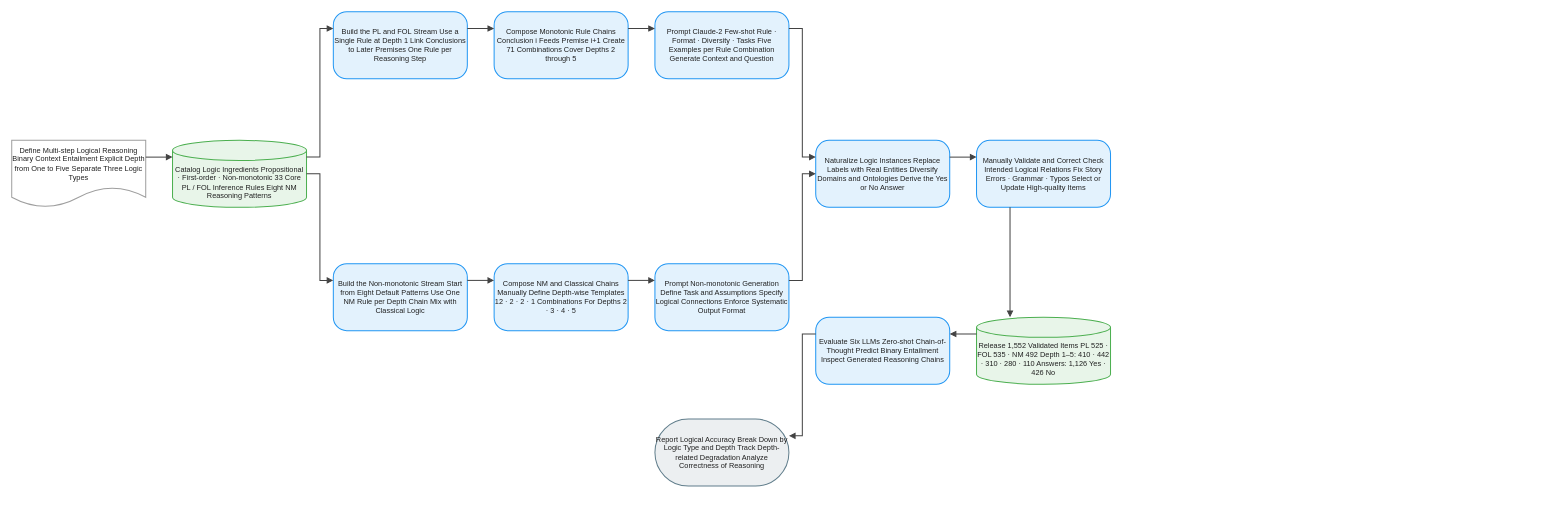
This is client/public/drawio/Multi-LogiEval/Multi-LogiEval.en.drawio from joe1chief/benchmark-hub, a draw.io file, before an edit. Source tidied: cells renumbered, new cells numbered last; positions are measured from the earlier drawing's top-left corner, leaving out a move shared by most shapes. Both pictures are drawn from the tidied source at 67%, with x=0, y=0 at pixel (11, 11).
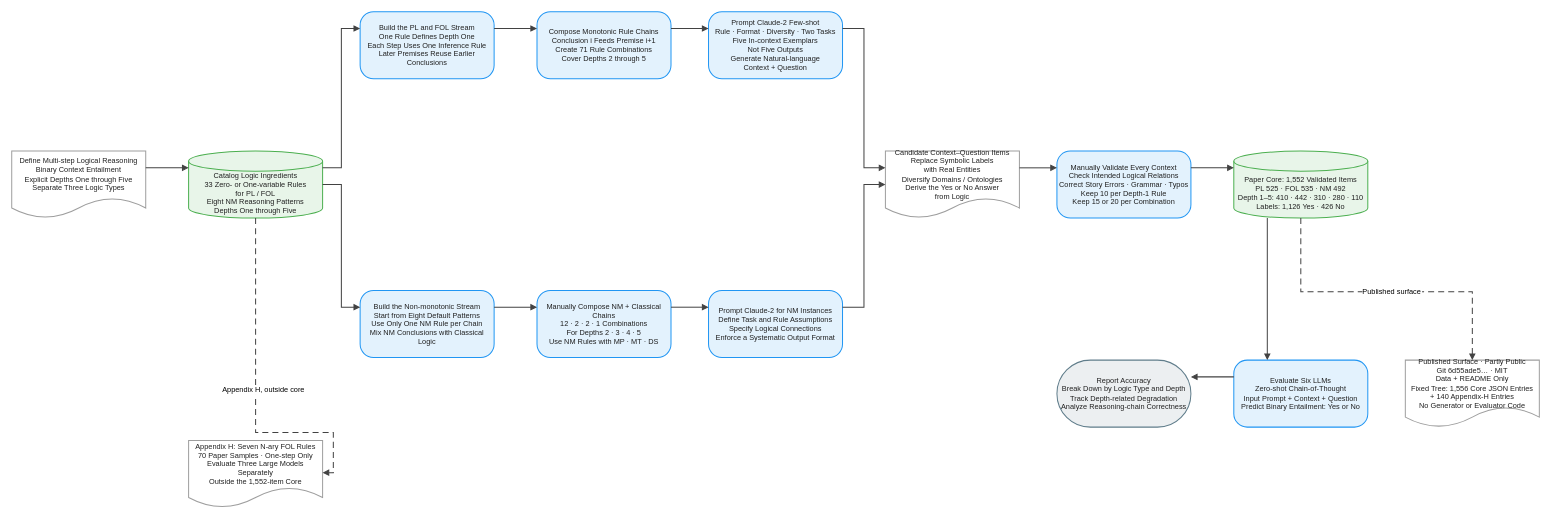
The same page after the edit.

Diff of the diagram source:
```diff
@@
-    <mxCell id="2" value="Define Multi-step Logical Reasoning Binary Context Entailment Explicit Depth from One to Five Separate Three Logic Types" style="shape=document;boundedLbl=1;html=1;whiteSpace=wrap;fillColor=#FFFFFF;strokeColor=#9E9E9E;strokeWidth=1.5;fontColor=#212121;fontSize=11;fontFamily=Arial, Helvetica, sans-serif;verticalAlign=middle;align=center;" parent="1" vertex="1">
-      <mxGeometry y="192" width="200" height="100" as="geometry" />
+    <mxCell id="2" value="Define Multi-step Logical Reasoning&#10;Binary Context Entailment&#10;Explicit Depths One through Five&#10;Separate Three Logic Types" style="shape=document;boundedLbl=1;html=0;convertToSvg=1;whiteSpace=wrap;fillColor=#FFFFFF;strokeColor=#9E9E9E;strokeWidth=1.5;fontColor=#212121;fontSize=11;fontFamily=Arial, Helvetica, sans-serif;verticalAlign=middle;align=center;" parent="1" vertex="1">
+      <mxGeometry y="208" width="200" height="100" as="geometry" />
     </mxCell>
-    <mxCell id="3" value="Catalog Logic Ingredients Propositional · First-order · Non-monotonic 33 Core PL / FOL Inference Rules Eight NM Reasoning Patterns" style="shape=cylinder3;boundedLbl=1;backgroundOutline=1;size=15;html=1;whiteSpace=wrap;fillColor=#E8F5E9;strokeColor=#4CAF50;strokeWidth=1.5;fontColor=#212121;fontSize=11;fontFamily=Arial, Helvetica, sans-serif;verticalAlign=middle;align=center;" parent="1" vertex="1">
-      <mxGeometry x="240" y="192" width="200" height="100" as="geometry" />
+    <mxCell id="3" value="Catalog Logic Ingredients&#10;33 Zero- or One-variable Rules&#10;for PL / FOL&#10;Eight NM Reasoning Patterns&#10;Depths One through Five" style="shape=cylinder3;boundedLbl=1;backgroundOutline=1;size=15;html=0;convertToSvg=1;whiteSpace=wrap;fillColor=#E8F5E9;strokeColor=#4CAF50;strokeWidth=1.5;fontColor=#212121;fontSize=11;fontFamily=Arial, Helvetica, sans-serif;verticalAlign=middle;align=center;" parent="1" vertex="1">
+      <mxGeometry x="264" y="208" width="200" height="100" as="geometry" />
     </mxCell>
-    <mxCell id="4" value="Build the PL and FOL Stream Use a Single Rule at Depth 1 Link Conclusions to Later Premises One Rule per Reasoning Step" style="rounded=1;arcSize=20;html=1;whiteSpace=wrap;fillColor=#E3F2FD;strokeColor=#2196F3;strokeWidth=1.5;fontColor=#212121;fontSize=11;fontFamily=Arial, Helvetica, sans-serif;verticalAlign=middle;align=center;" parent="1" vertex="1">
-      <mxGeometry x="480" width="200" height="100" as="geometry" />
+    <mxCell id="4" value="Build the PL and FOL Stream&#10;One Rule Defines Depth One&#10;Each Step Uses One Inference Rule&#10;Later Premises Reuse Earlier Conclusions" style="rounded=1;arcSize=20;html=0;convertToSvg=1;whiteSpace=wrap;fillColor=#E3F2FD;strokeColor=#2196F3;strokeWidth=1.5;fontColor=#212121;fontSize=11;fontFamily=Arial, Helvetica, sans-serif;verticalAlign=middle;align=center;" parent="1" vertex="1">
+      <mxGeometry x="520" width="200" height="100" as="geometry" />
     </mxCell>
-    <mxCell id="5" value="Build the Non-monotonic Stream Start from Eight Default Patterns Use One NM Rule per Depth Chain Mix with Classical Logic" style="rounded=1;arcSize=20;html=1;whiteSpace=wrap;fillColor=#E3F2FD;strokeColor=#2196F3;strokeWidth=1.5;fontColor=#212121;fontSize=11;fontFamily=Arial, Helvetica, sans-serif;verticalAlign=middle;align=center;" parent="1" vertex="1">
-      <mxGeometry x="480" y="376" width="200" height="100" as="geometry" />
+    <mxCell id="5" value="Build the Non-monotonic Stream&#10;Start from Eight Default Patterns&#10;Use Only One NM Rule per Chain&#10;Mix NM Conclusions with Classical Logic" style="rounded=1;arcSize=20;html=0;convertToSvg=1;whiteSpace=wrap;fillColor=#E3F2FD;strokeColor=#2196F3;strokeWidth=1.5;fontColor=#212121;fontSize=11;fontFamily=Arial, Helvetica, sans-serif;verticalAlign=middle;align=center;" parent="1" vertex="1">
+      <mxGeometry x="520" y="416" width="200" height="100" as="geometry" />
     </mxCell>
-    <mxCell id="6" value="Compose Monotonic Rule Chains Conclusion i Feeds Premise i+1 Create 71 Combinations Cover Depths 2 through 5" style="rounded=1;arcSize=20;html=1;whiteSpace=wrap;fillColor=#E3F2FD;strokeColor=#2196F3;strokeWidth=1.5;fontColor=#212121;fontSize=11;fontFamily=Arial, Helvetica, sans-serif;verticalAlign=middle;align=center;" parent="1" vertex="1">
-      <mxGeometry x="720" width="200" height="100" as="geometry" />
+    <mxCell id="6" value="Compose Monotonic Rule Chains&#10;Conclusion i Feeds Premise i+1&#10;Create 71 Rule Combinations&#10;Cover Depths 2 through 5" style="rounded=1;arcSize=20;html=0;convertToSvg=1;whiteSpace=wrap;fillColor=#E3F2FD;strokeColor=#2196F3;strokeWidth=1.5;fontColor=#212121;fontSize=11;fontFamily=Arial, Helvetica, sans-serif;verticalAlign=middle;align=center;" parent="1" vertex="1">
+      <mxGeometry x="784" width="200" height="100" as="geometry" />
     </mxCell>
-    <mxCell id="7" value="Compose NM and Classical Chains Manually Define Depth-wise Templates 12 · 2 · 2 · 1 Combinations For Depths 2 · 3 · 4 · 5" style="rounded=1;arcSize=20;html=1;whiteSpace=wrap;fillColor=#E3F2FD;strokeColor=#2196F3;strokeWidth=1.5;fontColor=#212121;fontSize=11;fontFamily=Arial, Helvetica, sans-serif;verticalAlign=middle;align=center;" parent="1" vertex="1">
-      <mxGeometry x="720" y="376" width="200" height="100" as="geometry" />
+    <mxCell id="7" value="Manually Compose NM + Classical Chains&#10;12 · 2 · 2 · 1 Combinations&#10;For Depths 2 · 3 · 4 · 5&#10;Use NM Rules with MP · MT · DS" style="rounded=1;arcSize=20;html=0;convertToSvg=1;whiteSpace=wrap;fillColor=#E3F2FD;strokeColor=#2196F3;strokeWidth=1.5;fontColor=#212121;fontSize=11;fontFamily=Arial, Helvetica, sans-serif;verticalAlign=middle;align=center;" parent="1" vertex="1">
+      <mxGeometry x="784" y="416" width="200" height="100" as="geometry" />
     </mxCell>
-    <mxCell id="8" value="Prompt Claude-2 Few-shot Rule · Format · Diversity · Tasks Five Examples per Rule Combination Generate Context and Question" style="rounded=1;arcSize=20;html=1;whiteSpace=wrap;fillColor=#E3F2FD;strokeColor=#2196F3;strokeWidth=1.5;fontColor=#212121;fontSize=11;fontFamily=Arial, Helvetica, sans-serif;verticalAlign=middle;align=center;" parent="1" vertex="1">
-      <mxGeometry x="960" width="200" height="100" as="geometry" />
+    <mxCell id="8" value="Prompt Claude-2 Few-shot&#10;Rule · Format · Diversity · Two Tasks&#10;Five In-context Exemplars&#10;Not Five Outputs&#10;Generate Natural-language&#10;Context + Question" style="rounded=1;arcSize=20;html=0;convertToSvg=1;whiteSpace=wrap;fillColor=#E3F2FD;strokeColor=#2196F3;strokeWidth=1.5;fontColor=#212121;fontSize=11;fontFamily=Arial, Helvetica, sans-serif;verticalAlign=middle;align=center;" parent="1" vertex="1">
+      <mxGeometry x="1040" width="200" height="100" as="geometry" />
     </mxCell>
-    <mxCell id="9" value="Prompt Non-monotonic Generation Define Task and Assumptions Specify Logical Connections Enforce Systematic Output Format" style="rounded=1;arcSize=20;html=1;whiteSpace=wrap;fillColor=#E3F2FD;strokeColor=#2196F3;strokeWidth=1.5;fontColor=#212121;fontSize=11;fontFamily=Arial, Helvetica, sans-serif;verticalAlign=middle;align=center;" parent="1" vertex="1">
-      <mxGeometry x="960" y="376" width="200" height="100" as="geometry" />
+    <mxCell id="9" value="Prompt Claude-2 for NM Instances&#10;Define Task and Rule Assumptions&#10;Specify Logical Connections&#10;Enforce a Systematic Output Format" style="rounded=1;arcSize=20;html=0;convertToSvg=1;whiteSpace=wrap;fillColor=#E3F2FD;strokeColor=#2196F3;strokeWidth=1.5;fontColor=#212121;fontSize=11;fontFamily=Arial, Helvetica, sans-serif;verticalAlign=middle;align=center;" parent="1" vertex="1">
+      <mxGeometry x="1040" y="416" width="200" height="100" as="geometry" />
     </mxCell>
-    <mxCell id="10" value="Naturalize Logic Instances Replace Labels with Real Entities Diversify Domains and Ontologies Derive the Yes or No Answer" style="rounded=1;arcSize=20;html=1;whiteSpace=wrap;fillColor=#E3F2FD;strokeColor=#2196F3;strokeWidth=1.5;fontColor=#212121;fontSize=11;fontFamily=Arial, Helvetica, sans-serif;verticalAlign=middle;align=center;" parent="1" vertex="1">
-      <mxGeometry x="1200" y="192" width="200" height="100" as="geometry" />
+    <mxCell id="10" value="Candidate Context–Question Items&#10;Replace Symbolic Labels&#10;with Real Entities&#10;Diversify Domains / Ontologies&#10;Derive the Yes or No Answer&#10;from Logic" style="shape=document;boundedLbl=1;html=0;convertToSvg=1;whiteSpace=wrap;fillColor=#FFFFFF;strokeColor=#9E9E9E;strokeWidth=1.5;fontColor=#212121;fontSize=11;fontFamily=Arial, Helvetica, sans-serif;verticalAlign=middle;align=center;" parent="1" vertex="1">
+      <mxGeometry x="1304" y="208" width="200" height="100" as="geometry" />
     </mxCell>
-    <mxCell id="11" value="Manually Validate and Correct Check Intended Logical Relations Fix Story Errors · Grammar · Typos Select or Update High-quality Items" style="rounded=1;arcSize=20;html=1;whiteSpace=wrap;fillColor=#E3F2FD;strokeColor=#2196F3;strokeWidth=1.5;fontColor=#212121;fontSize=11;fontFamily=Arial, Helvetica, sans-serif;verticalAlign=middle;align=center;" parent="1" vertex="1">
-      <mxGeometry x="1440" y="192" width="200" height="100" as="geometry" />
+    <mxCell id="11" value="Manually Validate Every Context&#10;Check Intended Logical Relations&#10;Correct Story Errors · Grammar · Typos&#10;Keep 10 per Depth-1 Rule&#10;Keep 15 or 20 per Combination" style="rounded=1;arcSize=20;html=0;convertToSvg=1;whiteSpace=wrap;fillColor=#E3F2FD;strokeColor=#2196F3;strokeWidth=1.5;fontColor=#212121;fontSize=11;fontFamily=Arial, Helvetica, sans-serif;verticalAlign=middle;align=center;" parent="1" vertex="1">
+      <mxGeometry x="1560" y="208" width="200" height="100" as="geometry" />
     </mxCell>
-    <mxCell id="12" value="Release 1,552 Validated Items PL 525 · FOL 535 · NM 492 Depth 1–5: 410 · 442 · 310 · 280 · 110 Answers: 1,126 Yes · 426 No" style="shape=cylinder3;boundedLbl=1;backgroundOutline=1;size=15;html=1;whiteSpace=wrap;fillColor=#E8F5E9;strokeColor=#4CAF50;strokeWidth=1.5;fontColor=#212121;fontSize=11;fontFamily=Arial, Helvetica, sans-serif;verticalAlign=middle;align=center;" parent="1" vertex="1">
-      <mxGeometry x="1440" y="456" width="200" height="100" as="geometry" />
+    <mxCell id="12" value="Paper Core: 1,552 Validated Items&#10;PL 525 · FOL 535 · NM 492&#10;Depth 1–5: 410 · 442 · 310 · 280 · 110&#10;Labels: 1,126 Yes · 426 No" style="shape=cylinder3;boundedLbl=1;backgroundOutline=1;size=15;html=0;convertToSvg=1;whiteSpace=wrap;fillColor=#E8F5E9;strokeColor=#4CAF50;strokeWidth=1.5;fontColor=#212121;fontSize=11;fontFamily=Arial, Helvetica, sans-serif;verticalAlign=middle;align=center;" parent="1" vertex="1">
+      <mxGeometry x="1824" y="208" width="200" height="100" as="geometry" />
     </mxCell>
-    <mxCell id="13" value="Evaluate Six LLMs Zero-shot Chain-of-Thought Predict Binary Entailment Inspect Generated Reasoning Chains" style="rounded=1;arcSize=20;html=1;whiteSpace=wrap;fillColor=#E3F2FD;strokeColor=#2196F3;strokeWidth=1.5;fontColor=#212121;fontSize=11;fontFamily=Arial, Helvetica, sans-serif;verticalAlign=middle;align=center;" parent="1" vertex="1">
-      <mxGeometry x="1200" y="456" width="200" height="100" as="geometry" />
+    <mxCell id="13" value="Evaluate Six LLMs&#10;Zero-shot Chain-of-Thought&#10;Input Prompt + Context + Question&#10;Predict Binary Entailment: Yes or No" style="rounded=1;arcSize=20;html=0;convertToSvg=1;whiteSpace=wrap;fillColor=#E3F2FD;strokeColor=#2196F3;strokeWidth=1.5;fontColor=#212121;fontSize=11;fontFamily=Arial, Helvetica, sans-serif;verticalAlign=middle;align=center;" parent="1" vertex="1">
+      <mxGeometry x="1824" y="520" width="200" height="100" as="geometry" />
     </mxCell>
-    <mxCell id="14" value="Report Logical Accuracy Break Down by Logic Type and Depth Track Depth-related Degradation Analyze Correctness of Reasoning" style="rounded=1;arcSize=50;html=1;whiteSpace=wrap;fillColor=#ECEFF1;strokeColor=#607D8B;strokeWidth=1.5;fontColor=#212121;fontSize=11;fontFamily=Arial, Helvetica, sans-serif;verticalAlign=middle;align=center;" parent="1" vertex="1">
-      <mxGeometry x="960" y="608" width="200" height="100" as="geometry" />
+    <mxCell id="14" value="Report Accuracy&#10;Break Down by Logic Type and Depth&#10;Track Depth-related Degradation&#10;Analyze Reasoning-chain Correctness" style="rounded=1;arcSize=50;html=0;convertToSvg=1;whiteSpace=wrap;fillColor=#ECEFF1;strokeColor=#607D8B;strokeWidth=1.5;fontColor=#212121;fontSize=11;fontFamily=Arial, Helvetica, sans-serif;verticalAlign=middle;align=center;" parent="1" vertex="1">
+      <mxGeometry x="1560" y="520" width="200" height="100" as="geometry" />
     </mxCell>
-    <mxCell id="15" style="edgeStyle=orthogonalEdgeStyle;rounded=0;jettySize=auto;html=1;strokeColor=#424242;strokeWidth=1.5;endArrow=block;endFill=1;exitX=1;exitY=0.25;exitDx=0;exitDy=0;entryX=0;entryY=0.25;entryDx=0;entryDy=0;jumpStyle=arc;jumpSize=8;" parent="1" edge="1" source="2" target="3">
-      <mxGeometry relative="1" as="geometry" />
+    <mxCell id="15" value="Appendix H: Seven N-ary FOL Rules&#10;70 Paper Samples · One-step Only&#10;Evaluate Three Large Models Separately&#10;Outside the 1,552-item Core" style="shape=document;boundedLbl=1;html=0;convertToSvg=1;whiteSpace=wrap;fillColor=#FFFFFF;strokeColor=#9E9E9E;strokeWidth=1.5;fontColor=#212121;fontSize=11;fontFamily=Arial, Helvetica, sans-serif;verticalAlign=middle;align=center;" parent="1" vertex="1">
+      <mxGeometry x="264" y="640" width="200" height="100" as="geometry" />
     </mxCell>
-    <mxCell id="16" style="edgeStyle=orthogonalEdgeStyle;rounded=0;jettySize=auto;html=1;strokeColor=#424242;strokeWidth=1.5;endArrow=block;endFill=1;exitX=1;exitY=0.25;exitDx=0;exitDy=0;entryX=0;entryY=0.25;entryDx=0;entryDy=0;jumpStyle=arc;jumpSize=8;" parent="1" edge="1" source="3" target="4">
-      <mxGeometry relative="1" as="geometry" />
+    <mxCell id="16" value="Published Surface · Partly Public&#10;Git 6d55ade5… · MIT&#10;Data + README Only&#10;Fixed Tree: 1,556 Core JSON Entries&#10;+ 140 Appendix-H Entries&#10;No Generator or Evaluator Code" style="shape=document;boundedLbl=1;html=0;convertToSvg=1;whiteSpace=wrap;fillColor=#FFFFFF;strokeColor=#9E9E9E;strokeWidth=1.5;fontColor=#212121;fontSize=11;fontFamily=Arial, Helvetica, sans-serif;verticalAlign=middle;align=center;" parent="1" vertex="1">
+      <mxGeometry x="2080" y="520" width="200" height="100" as="geometry" />
     </mxCell>
-    <mxCell id="17" style="edgeStyle=orthogonalEdgeStyle;rounded=0;jettySize=auto;html=1;strokeColor=#424242;strokeWidth=1.5;endArrow=block;endFill=1;exitX=1;exitY=0.5;exitDx=0;exitDy=0;entryX=0;entryY=0.25;entryDx=0;entryDy=0;jumpStyle=arc;jumpSize=8;" parent="1" edge="1" source="3" target="5">
+    <mxCell id="17" style="edgeStyle=orthogonalEdgeStyle;rounded=0;jettySize=auto;html=0;convertToSvg=1;strokeColor=#424242;strokeWidth=1.5;endArrow=block;endFill=1;exitX=1;exitY=0.25;exitDx=0;exitDy=0;entryX=0;entryY=0.25;entryDx=0;entryDy=0;jumpStyle=arc;jumpSize=8;" parent="1" edge="1" source="2" target="3">
       <mxGeometry relative="1" as="geometry" />
     </mxCell>
-    <mxCell id="18" style="edgeStyle=orthogonalEdgeStyle;rounded=0;jettySize=auto;html=1;strokeColor=#424242;strokeWidth=1.5;endArrow=block;endFill=1;exitX=1;exitY=0.25;exitDx=0;exitDy=0;entryX=0;entryY=0.25;entryDx=0;entryDy=0;jumpStyle=arc;jumpSize=8;" parent="1" edge="1" source="4" target="6">
+    <mxCell id="18" style="edgeStyle=orthogonalEdgeStyle;rounded=0;jettySize=auto;html=0;convertToSvg=1;strokeColor=#424242;strokeWidth=1.5;endArrow=block;endFill=1;exitX=1;exitY=0.25;exitDx=0;exitDy=0;entryX=0;entryY=0.25;entryDx=0;entryDy=0;jumpStyle=arc;jumpSize=8;" parent="1" edge="1" source="3" target="4">
       <mxGeometry relative="1" as="geometry" />
     </mxCell>
-    <mxCell id="19" style="edgeStyle=orthogonalEdgeStyle;rounded=0;jettySize=auto;html=1;strokeColor=#424242;strokeWidth=1.5;endArrow=block;endFill=1;exitX=1;exitY=0.25;exitDx=0;exitDy=0;entryX=0;entryY=0.25;entryDx=0;entryDy=0;jumpStyle=arc;jumpSize=8;" parent="1" edge="1" source="5" target="7">
+    <mxCell id="19" style="edgeStyle=orthogonalEdgeStyle;rounded=0;jettySize=auto;html=0;convertToSvg=1;strokeColor=#424242;strokeWidth=1.5;endArrow=block;endFill=1;exitX=1;exitY=0.5;exitDx=0;exitDy=0;entryX=0;entryY=0.25;entryDx=0;entryDy=0;jumpStyle=arc;jumpSize=8;" parent="1" edge="1" source="3" target="5">
       <mxGeometry relative="1" as="geometry" />
     </mxCell>
-    <mxCell id="20" style="edgeStyle=orthogonalEdgeStyle;rounded=0;jettySize=auto;html=1;strokeColor=#424242;strokeWidth=1.5;endArrow=block;endFill=1;exitX=1;exitY=0.25;exitDx=0;exitDy=0;entryX=0;entryY=0.25;entryDx=0;entryDy=0;jumpStyle=arc;jumpSize=8;" parent="1" edge="1" source="6" target="8">
+    <mxCell id="20" style="edgeStyle=orthogonalEdgeStyle;rounded=0;jettySize=auto;html=0;convertToSvg=1;strokeColor=#424242;strokeWidth=1.5;endArrow=block;endFill=1;exitX=1;exitY=0.25;exitDx=0;exitDy=0;entryX=0;entryY=0.25;entryDx=0;entryDy=0;jumpStyle=arc;jumpSize=8;" parent="1" edge="1" source="4" target="6">
       <mxGeometry relative="1" as="geometry" />
     </mxCell>
-    <mxCell id="21" style="edgeStyle=orthogonalEdgeStyle;rounded=0;jettySize=auto;html=1;strokeColor=#424242;strokeWidth=1.5;endArrow=block;endFill=1;exitX=1;exitY=0.25;exitDx=0;exitDy=0;entryX=0;entryY=0.25;entryDx=0;entryDy=0;jumpStyle=arc;jumpSize=8;" parent="1" edge="1" source="7" target="9">
+    <mxCell id="21" style="edgeStyle=orthogonalEdgeStyle;rounded=0;jettySize=auto;html=0;convertToSvg=1;strokeColor=#424242;strokeWidth=1.5;endArrow=block;endFill=1;exitX=1;exitY=0.25;exitDx=0;exitDy=0;entryX=0;entryY=0.25;entryDx=0;entryDy=0;jumpStyle=arc;jumpSize=8;" parent="1" edge="1" source="5" target="7">
       <mxGeometry relative="1" as="geometry" />
     </mxCell>
-    <mxCell id="22" style="edgeStyle=orthogonalEdgeStyle;rounded=0;jettySize=auto;html=1;strokeColor=#424242;strokeWidth=1.5;endArrow=block;endFill=1;exitX=1;exitY=0.25;exitDx=0;exitDy=0;entryX=0;entryY=0.25;entryDx=0;entryDy=0;jumpStyle=arc;jumpSize=8;" parent="1" edge="1" source="8" target="10">
+    <mxCell id="22" style="edgeStyle=orthogonalEdgeStyle;rounded=0;jettySize=auto;html=0;convertToSvg=1;strokeColor=#424242;strokeWidth=1.5;endArrow=block;endFill=1;exitX=1;exitY=0.25;exitDx=0;exitDy=0;entryX=0;entryY=0.25;entryDx=0;entryDy=0;jumpStyle=arc;jumpSize=8;" parent="1" edge="1" source="6" target="8">
       <mxGeometry relative="1" as="geometry" />
     </mxCell>
-    <mxCell id="23" style="edgeStyle=orthogonalEdgeStyle;rounded=0;jettySize=auto;html=1;strokeColor=#424242;strokeWidth=1.5;endArrow=block;endFill=1;exitX=1;exitY=0.25;exitDx=0;exitDy=0;entryX=0;entryY=0.5;entryDx=0;entryDy=0;jumpStyle=arc;jumpSize=8;" parent="1" edge="1" source="9" target="10">
+    <mxCell id="23" style="edgeStyle=orthogonalEdgeStyle;rounded=0;jettySize=auto;html=0;convertToSvg=1;strokeColor=#424242;strokeWidth=1.5;endArrow=block;endFill=1;exitX=1;exitY=0.25;exitDx=0;exitDy=0;entryX=0;entryY=0.25;entryDx=0;entryDy=0;jumpStyle=arc;jumpSize=8;" parent="1" edge="1" source="7" target="9">
       <mxGeometry relative="1" as="geometry" />
     </mxCell>
-    <mxCell id="24" style="edgeStyle=orthogonalEdgeStyle;rounded=0;jettySize=auto;html=1;strokeColor=#424242;strokeWidth=1.5;endArrow=block;endFill=1;exitX=1;exitY=0.25;exitDx=0;exitDy=0;entryX=0;entryY=0.25;entryDx=0;entryDy=0;jumpStyle=arc;jumpSize=8;" parent="1" edge="1" source="10" target="11">
+    <mxCell id="24" style="edgeStyle=orthogonalEdgeStyle;rounded=0;jettySize=auto;html=0;convertToSvg=1;strokeColor=#424242;strokeWidth=1.5;endArrow=block;endFill=1;exitX=1;exitY=0.25;exitDx=0;exitDy=0;entryX=0;entryY=0.25;entryDx=0;entryDy=0;jumpStyle=arc;jumpSize=8;" parent="1" edge="1" source="8" target="10">
       <mxGeometry relative="1" as="geometry" />
     </mxCell>
-    <mxCell id="25" style="edgeStyle=orthogonalEdgeStyle;rounded=0;jettySize=auto;html=1;strokeColor=#424242;strokeWidth=1.5;endArrow=block;endFill=1;exitX=0.25;exitY=1;exitDx=0;exitDy=0;entryX=0.25;entryY=0;entryDx=0;entryDy=0;jumpStyle=arc;jumpSize=8;" parent="1" edge="1" source="11" target="12">
+    <mxCell id="25" style="edgeStyle=orthogonalEdgeStyle;rounded=0;jettySize=auto;html=0;convertToSvg=1;strokeColor=#424242;strokeWidth=1.5;endArrow=block;endFill=1;exitX=1;exitY=0.25;exitDx=0;exitDy=0;entryX=0;entryY=0.5;entryDx=0;entryDy=0;jumpStyle=arc;jumpSize=8;" parent="1" edge="1" source="9" target="10">
       <mxGeometry relative="1" as="geometry" />
     </mxCell>
-    <mxCell id="26" style="edgeStyle=orthogonalEdgeStyle;rounded=0;jettySize=auto;html=1;strokeColor=#424242;strokeWidth=1.5;endArrow=block;endFill=1;exitX=0;exitY=0.25;exitDx=0;exitDy=0;entryX=1;entryY=0.25;entryDx=0;entryDy=0;jumpStyle=arc;jumpSize=8;" parent="1" edge="1" source="12" target="13">
+    <mxCell id="26" style="edgeStyle=orthogonalEdgeStyle;rounded=0;jettySize=auto;html=0;convertToSvg=1;strokeColor=#424242;strokeWidth=1.5;endArrow=block;endFill=1;exitX=1;exitY=0.25;exitDx=0;exitDy=0;entryX=0;entryY=0.25;entryDx=0;entryDy=0;jumpStyle=arc;jumpSize=8;" parent="1" edge="1" source="10" target="11">
       <mxGeometry relative="1" as="geometry" />
     </mxCell>
-    <mxCell id="27" style="edgeStyle=orthogonalEdgeStyle;rounded=0;jettySize=auto;html=1;strokeColor=#424242;strokeWidth=1.5;endArrow=block;endFill=1;exitX=0;exitY=0.25;exitDx=0;exitDy=0;entryX=1;entryY=0.25;entryDx=0;entryDy=0;jumpStyle=arc;jumpSize=8;" parent="1" edge="1" source="13" target="14">
+    <mxCell id="27" style="edgeStyle=orthogonalEdgeStyle;rounded=0;jettySize=auto;html=0;convertToSvg=1;strokeColor=#424242;strokeWidth=1.5;endArrow=block;endFill=1;exitX=1;exitY=0.25;exitDx=0;exitDy=0;entryX=0;entryY=0.25;entryDx=0;entryDy=0;jumpStyle=arc;jumpSize=8;" parent="1" edge="1" source="11" target="12">
       <mxGeometry relative="1" as="geometry" />
     </mxCell>
+    <mxCell id="28" style="edgeStyle=orthogonalEdgeStyle;rounded=0;jettySize=auto;html=0;convertToSvg=1;strokeColor=#424242;strokeWidth=1.5;endArrow=block;endFill=1;exitX=0.25;exitY=1;exitDx=0;exitDy=0;entryX=0.25;entryY=0;entryDx=0;entryDy=0;jumpStyle=arc;jumpSize=8;" parent="1" edge="1" source="12" target="13">
+      <mxGeometry relative="1" as="geometry" />
+    </mxCell>
+    <mxCell id="29" style="edgeStyle=orthogonalEdgeStyle;rounded=0;jettySize=auto;html=0;convertToSvg=1;strokeColor=#424242;strokeWidth=1.5;endArrow=block;endFill=1;exitX=0;exitY=0.25;exitDx=0;exitDy=0;entryX=1;entryY=0.25;entryDx=0;entryDy=0;jumpStyle=arc;jumpSize=8;" parent="1" edge="1" source="13" target="14">
+      <mxGeometry relative="1" as="geometry" />
+    </mxCell>
+    <mxCell id="30" value="Appendix H, outside core" style="edgeStyle=orthogonalEdgeStyle;rounded=0;jettySize=auto;html=0;convertToSvg=1;strokeColor=#424242;strokeWidth=1.5;endArrow=block;endFill=1;dashed=1;dashPattern=6 4;jumpStyle=arc;jumpSize=8;" parent="1" edge="1" source="3" target="15">
+      <mxGeometry relative="1" as="geometry">
+        <Array as="points">
+          <mxPoint x="480" y="628" />
+          <mxPoint x="480" y="688" />
+        </Array>
+        <mxPoint x="12" as="offset" />
+      </mxGeometry>
+    </mxCell>
+    <mxCell id="31" value="Published surface" style="edgeStyle=orthogonalEdgeStyle;rounded=0;jettySize=auto;html=0;convertToSvg=1;strokeColor=#424242;strokeWidth=1.5;endArrow=block;endFill=1;dashed=1;dashPattern=6 4;jumpStyle=arc;jumpSize=8;" parent="1" edge="1" source="12" target="16">
+      <mxGeometry relative="1" as="geometry">
+        <Array as="points">
+          <mxPoint x="2140" y="418" />
+          <mxPoint x="2300" y="418" />
+        </Array>
+        <mxPoint x="12" as="offset" />
+      </mxGeometry>
+    </mxCell>
```
